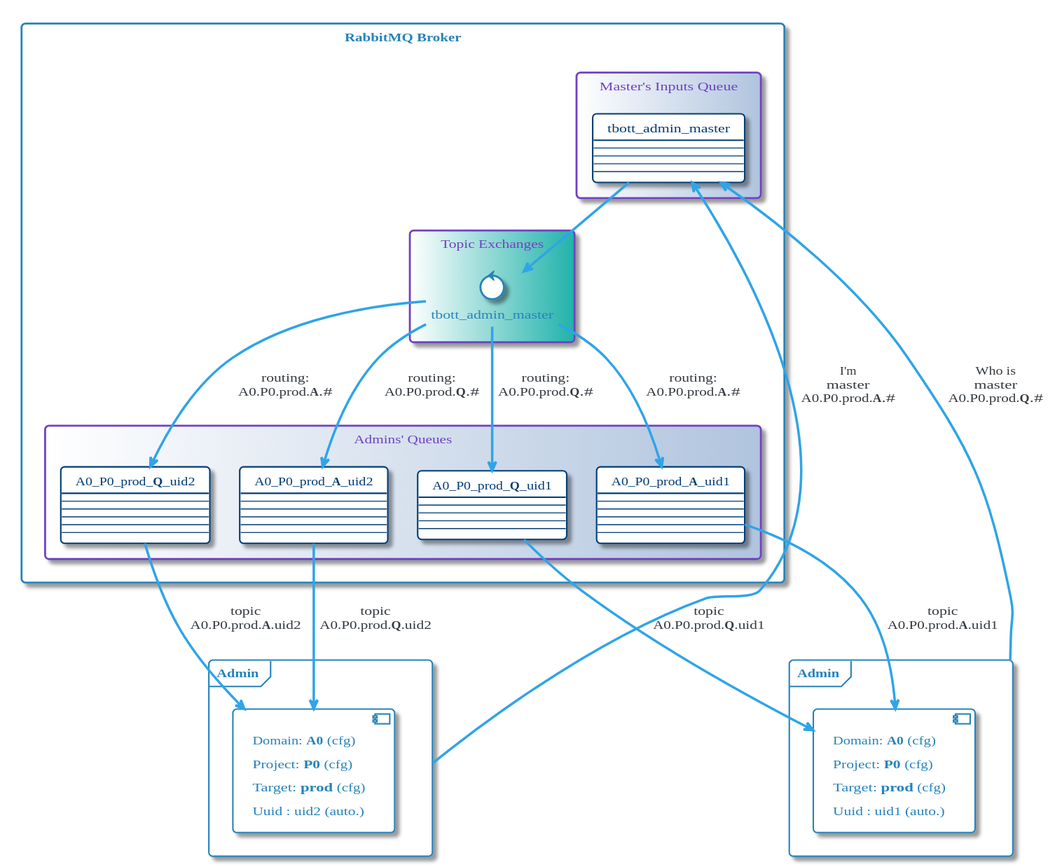
Earlier version of the PlantUML export images/plantuml/Admin/admin_coms/CommandsMaster.svg (momenttech/maestro-architecture).
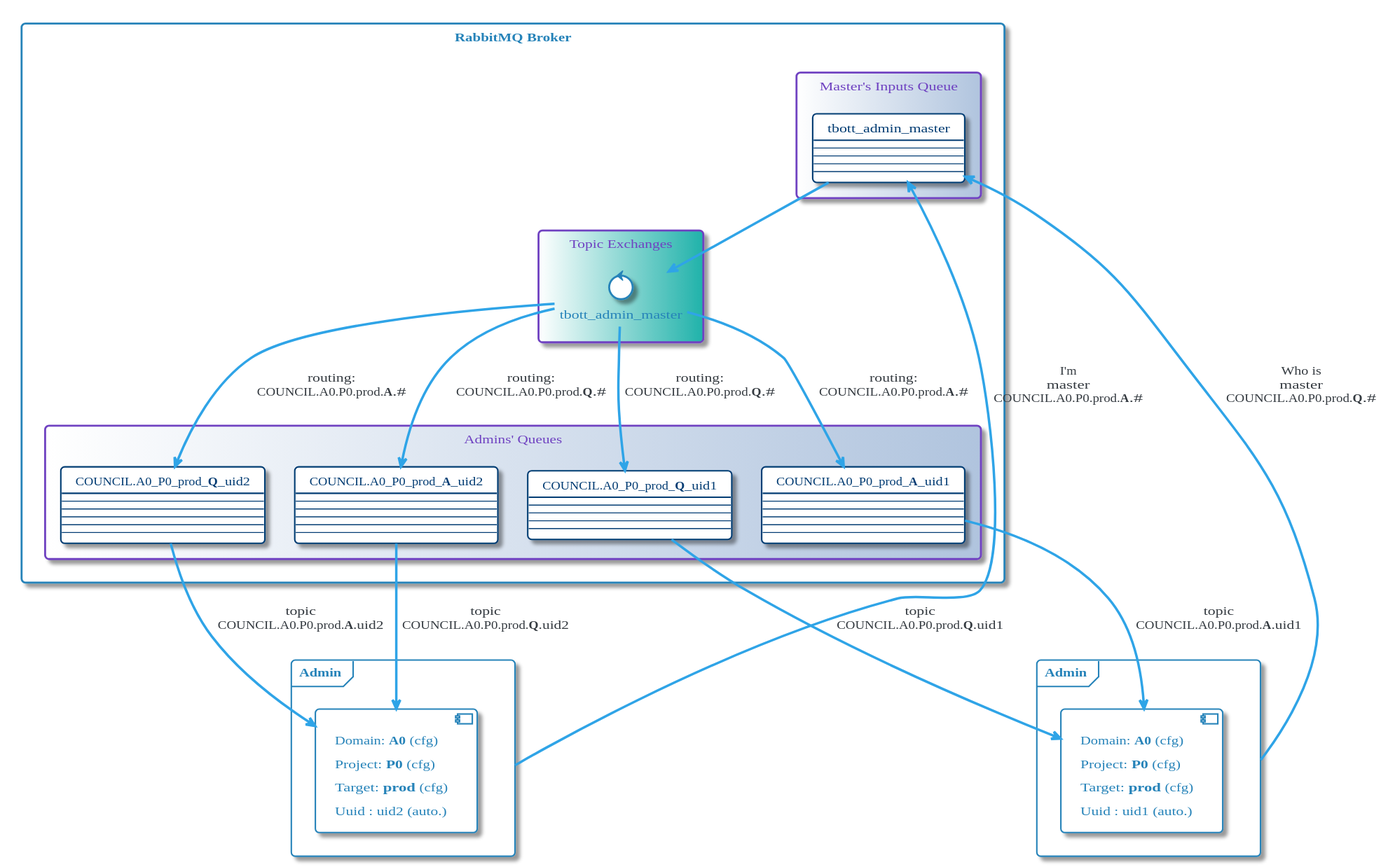
After the change.

Diff of the diagram source:
```diff
@@ -1,4 +1,4 @@
-@startuml
+@startuml CommandsMaster
 
 
 
@@ -423,7 +423,7 @@
     }
     rectangle "Admins' Queues" <<QUEUES>> as RmqQueuesOut {
         card Card_A0P0T0Q1 [
-            A0_P0_prod_<b>Q</b>_uid1
+            COUNCIL.A0_P0_prod_<b>Q</b>_uid1
             ___
             ---
             ---
@@ -431,7 +431,7 @@
             ---
         ]
         card Card_A0P0T0A1 [
-            A0_P0_prod_<b>A</b>_uid1
+            COUNCIL.A0_P0_prod_<b>A</b>_uid1
             ___
             ---
             ---
@@ -440,7 +440,7 @@
             ---
         ]
         card Card_A0P0T0A2 [
-            A0_P0_prod_<b>Q</b>_uid2
+            COUNCIL.A0_P0_prod_<b>Q</b>_uid2
             ___
             ---
             ---
@@ -449,7 +449,7 @@
             ---
         ]
         card Card_A0P0T0Q2 [
-            A0_P0_prod_<b>A</b>_uid2
+            COUNCIL.A0_P0_prod_<b>A</b>_uid2
             ___
             ---
             ---
@@ -464,10 +464,10 @@
 
 Card_TbottAdmin -d-> ExchTbott
 
-ExchTbott --> Card_A0P0T0A1: "routing:\nA0.P0.prod.<b>A</b>.#"
-ExchTbott --> Card_A0P0T0Q1: "routing:\nA0.P0.prod.<b>Q</b>.#"
-ExchTbott --> Card_A0P0T0A2: "routing:\nA0.P0.prod.<b>A</b>.#"
-ExchTbott --> Card_A0P0T0Q2: "routing:\nA0.P0.prod.<b>Q</b>.#"
+ExchTbott --> Card_A0P0T0A1: "routing:\nCOUNCIL.A0.P0.prod.<b>A</b>.#"
+ExchTbott --> Card_A0P0T0Q1: "routing:\nCOUNCIL.A0.P0.prod.<b>Q</b>.#"
+ExchTbott --> Card_A0P0T0A2: "routing:\nCOUNCIL.A0.P0.prod.<b>A</b>.#"
+ExchTbott --> Card_A0P0T0Q2: "routing:\nCOUNCIL.A0.P0.prod.<b>Q</b>.#"
 
 frame "Admin" as FrameA0P0T1 {
     component CompA0P0T1 [
@@ -487,11 +487,13 @@
     ]
 }
 
-FrameA0P0T1 -> Card_TbottAdmin: "Who is\nmaster\nA0.P0.prod.<b>Q</b>.#"
-FrameA0P0T2 -> Card_TbottAdmin: "I'm\nmaster\nA0.P0.prod.<b>A</b>.#"
+FrameA0P0T1 -> Card_TbottAdmin: "Who is\nmaster\nCOUNCIL.A0.P0.prod.<b>Q</b>.#"
+FrameA0P0T2 -> Card_TbottAdmin: "I'm\nmaster\nCOUNCIL.A0.P0.prod.<b>A</b>.#"
 
-Card_A0P0T0A1 --> CompA0P0T1: topic\nA0.P0.prod.<b>A</b>.uid1
-Card_A0P0T0Q1 --> CompA0P0T1: topic\nA0.P0.prod.<b>Q</b>.uid1
-Card_A0P0T0A2 --> CompA0P0T2: topic\nA0.P0.prod.<b>A</b>.uid2
-Card_A0P0T0Q2 --> CompA0P0T2: topic\nA0.P0.prod.<b>Q</b>.uid2
+Card_A0P0T0A1 --> CompA0P0T1: topic\nCOUNCIL.A0.P0.prod.<b>A</b>.uid1
+Card_A0P0T0Q1 --> CompA0P0T1: topic\nCOUNCIL.A0.P0.prod.<b>Q</b>.uid1
+Card_A0P0T0A2 --> CompA0P0T2: topic\nCOUNCIL.A0.P0.prod.<b>A</b>.uid2
+Card_A0P0T0Q2 --> CompA0P0T2: topic\nCOUNCIL.A0.P0.prod.<b>Q</b>.uid2
+
+
 @enduml
```
